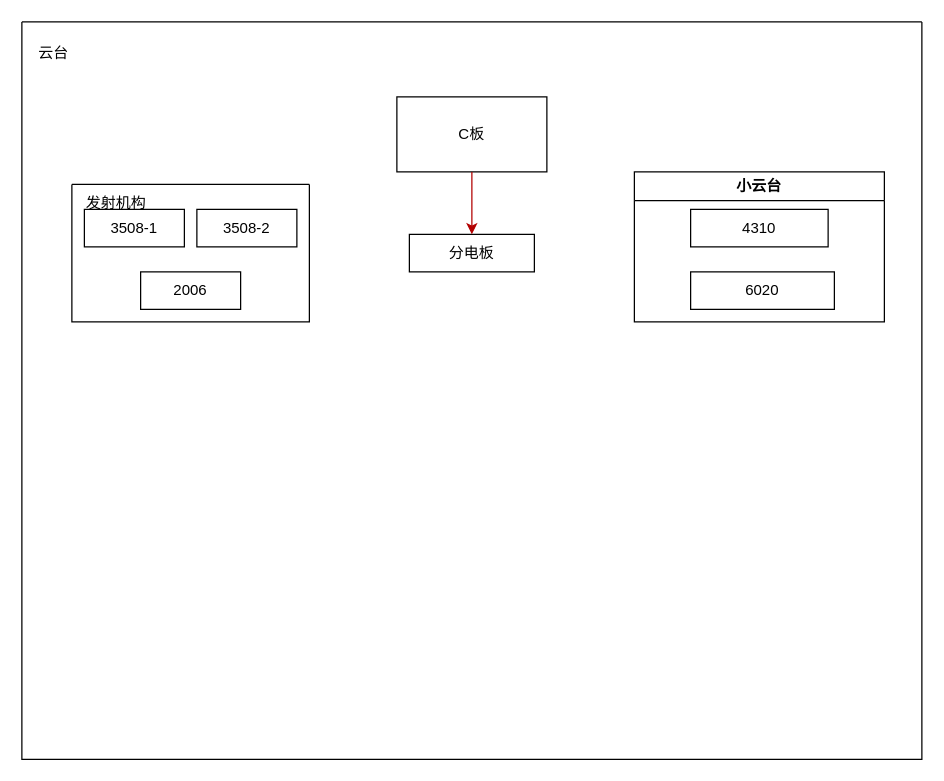
Above: 步兵接线图.drawio in moment-NEW/HDU_basic_framework (draw.io), before the change. Source tidied: cells renumbered, new cells numbered last; positions are measured from the earlier drawing's top-left corner, leaving out a move shared by most shapes. Both pictures are drawn from the tidied source at 125%, with x=0, y=0 at pixel (21, 21).
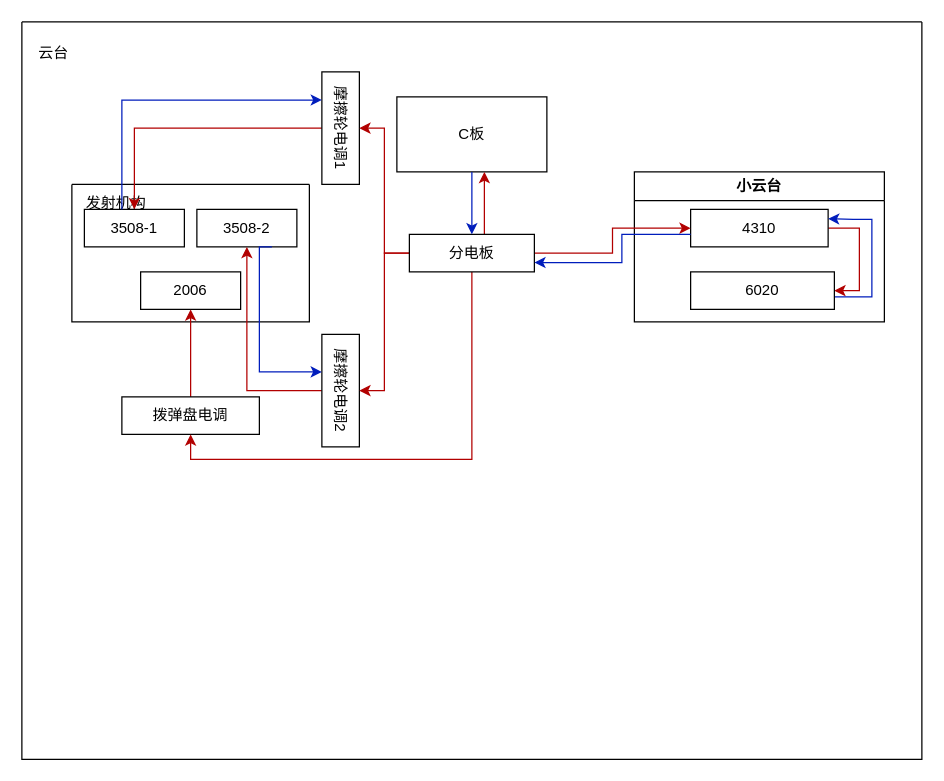
Above is the later version.

Commit message (it also covers changes not shown here):
更新步兵接线图.drawio

Unchanged cells that the change refers to:
```xml
<mxCell id="2" style="swimlane;startSize=0;" parent="1" vertex="1">
  <mxGeometry width="720" height="590" as="geometry" />
</mxCell>
<mxCell id="4" value="C板" style="whiteSpace=wrap;html=1;" parent="2" vertex="1">
  <mxGeometry x="300" y="60" width="120" height="60" as="geometry" />
</mxCell>
<mxCell id="6" value="3508-1" style="whiteSpace=wrap;html=1;" parent="5" vertex="1">
  <mxGeometry x="10" y="20" width="80" height="30" as="geometry" />
</mxCell>
<mxCell id="7" value="3508-2" style="whiteSpace=wrap;html=1;" parent="5" vertex="1">
  <mxGeometry x="100" y="20" width="80" height="30" as="geometry" />
</mxCell>
<mxCell id="9" value="2006" style="whiteSpace=wrap;html=1;" parent="5" vertex="1">
  <mxGeometry x="55" y="70" width="80" height="30" as="geometry" />
</mxCell>
<mxCell id="10" value="小云台" style="swimlane;whiteSpace=wrap;html=1;" parent="2" vertex="1">
  <mxGeometry x="490" y="120" width="200" height="120" as="geometry" />
</mxCell>
<mxCell id="11" value="4310" style="whiteSpace=wrap;html=1;" parent="10" vertex="1">
  <mxGeometry x="45" y="30" width="110" height="30" as="geometry" />
</mxCell>
<mxCell id="12" value="6020" style="whiteSpace=wrap;html=1;" parent="10" vertex="1">
  <mxGeometry x="45" y="80" width="115" height="30" as="geometry" />
</mxCell>
<mxCell id="13" value="分电板" style="whiteSpace=wrap;html=1;" parent="1" vertex="1">
  <mxGeometry x="310" y="170" width="100" height="30" as="geometry" />
</mxCell>
```

Diff of the diagram source:
```diff
@@
+    <mxCell id="15" style="edgeStyle=orthogonalEdgeStyle;rounded=0;jettySize=auto;html=1;entryX=1;entryY=0.5;entryDx=0;entryDy=0;exitX=1;exitY=0.5;exitDx=0;exitDy=0;fillColor=#e51400;strokeColor=#B20000;" parent="10" edge="1" source="11" target="12">
+      <mxGeometry relative="1" as="geometry" />
+    </mxCell>
@@
+    <mxCell id="16" style="edgeStyle=orthogonalEdgeStyle;rounded=0;jettySize=auto;html=1;exitX=1;exitY=1;exitDx=0;exitDy=0;entryX=1;entryY=0.25;entryDx=0;entryDy=0;fillColor=#0050ef;strokeColor=#001DBC;" parent="10" edge="1" source="12" target="11">
+      <mxGeometry relative="1" as="geometry">
+        <Array as="points">
+          <mxPoint x="160" y="100" />
+          <mxPoint x="190" y="100" />
+          <mxPoint x="190" y="38" />
+          <mxPoint x="175" y="38" />
+        </Array>
+      </mxGeometry>
+    </mxCell>
@@
+    <mxCell id="17" style="edgeStyle=orthogonalEdgeStyle;rounded=0;jettySize=auto;html=1;fillColor=#e51400;strokeColor=#B20000;" parent="2" edge="1" source="18" target="6">
+      <mxGeometry relative="1" as="geometry" />
+    </mxCell>
+    <mxCell id="18" value="摩擦轮电调1" style="whiteSpace=wrap;html=1;rotation=90;" parent="2" vertex="1">
+      <mxGeometry x="210" y="70" width="90" height="30" as="geometry" />
+    </mxCell>
+    <mxCell id="19" style="edgeStyle=orthogonalEdgeStyle;rounded=0;jettySize=auto;html=1;entryX=0.5;entryY=1;entryDx=0;entryDy=0;fillColor=#e51400;strokeColor=#B20000;" parent="2" edge="1" source="20" target="7">
+      <mxGeometry relative="1" as="geometry" />
+    </mxCell>
+    <mxCell id="20" value="摩擦轮电调2" style="whiteSpace=wrap;html=1;rotation=90;" parent="2" vertex="1">
+      <mxGeometry x="210" y="280" width="90" height="30" as="geometry" />
+    </mxCell>
+    <mxCell id="21" style="edgeStyle=orthogonalEdgeStyle;rounded=0;jettySize=auto;html=1;entryX=0.5;entryY=1;entryDx=0;entryDy=0;fillColor=#e51400;strokeColor=#B20000;" parent="2" edge="1" source="22" target="9">
+      <mxGeometry relative="1" as="geometry" />
+    </mxCell>
+    <mxCell id="22" value="拨弹盘电调" style="whiteSpace=wrap;html=1;" parent="2" vertex="1">
+      <mxGeometry x="80" y="300" width="110" height="30" as="geometry" />
+    </mxCell>
+    <mxCell id="23" style="edgeStyle=orthogonalEdgeStyle;rounded=0;jettySize=auto;html=1;entryX=0.25;entryY=1;entryDx=0;entryDy=0;fillColor=#0050ef;strokeColor=#001DBC;" parent="2" edge="1" source="6" target="18">
+      <mxGeometry relative="1" as="geometry">
+        <Array as="points">
+          <mxPoint x="80" y="63" />
+        </Array>
+      </mxGeometry>
+    </mxCell>
+    <mxCell id="24" style="edgeStyle=orthogonalEdgeStyle;rounded=0;jettySize=auto;html=1;exitX=0.75;exitY=1;exitDx=0;exitDy=0;fillColor=#0050ef;strokeColor=#001DBC;" parent="2" edge="1" source="7">
+      <mxGeometry relative="1" as="geometry">
+        <mxPoint x="240" y="280" as="targetPoint" />
+        <Array as="points">
+          <mxPoint x="190" y="180" />
+          <mxPoint x="190" y="280" />
+          <mxPoint x="240" y="280" />
+        </Array>
+      </mxGeometry>
+    </mxCell>
+    <mxCell id="25" style="edgeStyle=orthogonalEdgeStyle;rounded=0;jettySize=auto;html=1;entryX=0.5;entryY=0;entryDx=0;entryDy=0;fillColor=#e51400;strokeColor=#B20000;" parent="1" edge="1" source="13" target="18">
+      <mxGeometry relative="1" as="geometry" />
+    </mxCell>
+    <mxCell id="26" style="edgeStyle=orthogonalEdgeStyle;rounded=0;jettySize=auto;html=1;entryX=0.5;entryY=0;entryDx=0;entryDy=0;fillColor=#e51400;strokeColor=#B20000;" parent="1" edge="1" source="13" target="20">
+      <mxGeometry relative="1" as="geometry" />
+    </mxCell>
+    <mxCell id="27" style="edgeStyle=orthogonalEdgeStyle;rounded=0;jettySize=auto;html=1;entryX=0;entryY=0.5;entryDx=0;entryDy=0;fillColor=#e51400;strokeColor=#B20000;" parent="1" edge="1" source="13" target="11">
+      <mxGeometry relative="1" as="geometry" />
+    </mxCell>
+    <mxCell id="28" style="edgeStyle=orthogonalEdgeStyle;rounded=0;jettySize=auto;html=1;entryX=0.5;entryY=1;entryDx=0;entryDy=0;fillColor=#e51400;strokeColor=#B20000;" parent="1" edge="1" source="13" target="22">
+      <mxGeometry relative="1" as="geometry">
+        <Array as="points">
+          <mxPoint x="360" y="350" />
+          <mxPoint x="135" y="350" />
+        </Array>
+      </mxGeometry>
+    </mxCell>
+    <mxCell id="29" style="edgeStyle=orthogonalEdgeStyle;rounded=0;jettySize=auto;html=1;fillColor=#e51400;strokeColor=#B20000;" parent="1" edge="1" source="13">
+      <mxGeometry relative="1" as="geometry">
+        <mxPoint x="370" y="120" as="targetPoint" />
+        <Array as="points">
+          <mxPoint x="370" y="120" />
+        </Array>
+      </mxGeometry>
+    </mxCell>
@@
-    <mxCell id="14" style="edgeStyle=orthogonalEdgeStyle;rounded=0;jettySize=auto;html=1;fillColor=#e51400;strokeColor=#B20000;" parent="1" edge="1" source="4" target="13">
+    <mxCell id="14" style="edgeStyle=orthogonalEdgeStyle;rounded=0;jettySize=auto;html=1;fillColor=#0050ef;strokeColor=#001DBC;" parent="1" edge="1" source="4" target="13">
       <mxGeometry relative="1" as="geometry" />
     </mxCell>
+    <mxCell id="30" style="edgeStyle=orthogonalEdgeStyle;rounded=0;jettySize=auto;html=1;entryX=1;entryY=0.75;entryDx=0;entryDy=0;fillColor=#0050ef;strokeColor=#001DBC;" parent="1" edge="1" source="11" target="13">
+      <mxGeometry relative="1" as="geometry">
+        <Array as="points">
+          <mxPoint x="480" y="170" />
+          <mxPoint x="480" y="193" />
+        </Array>
+      </mxGeometry>
+    </mxCell>
```
